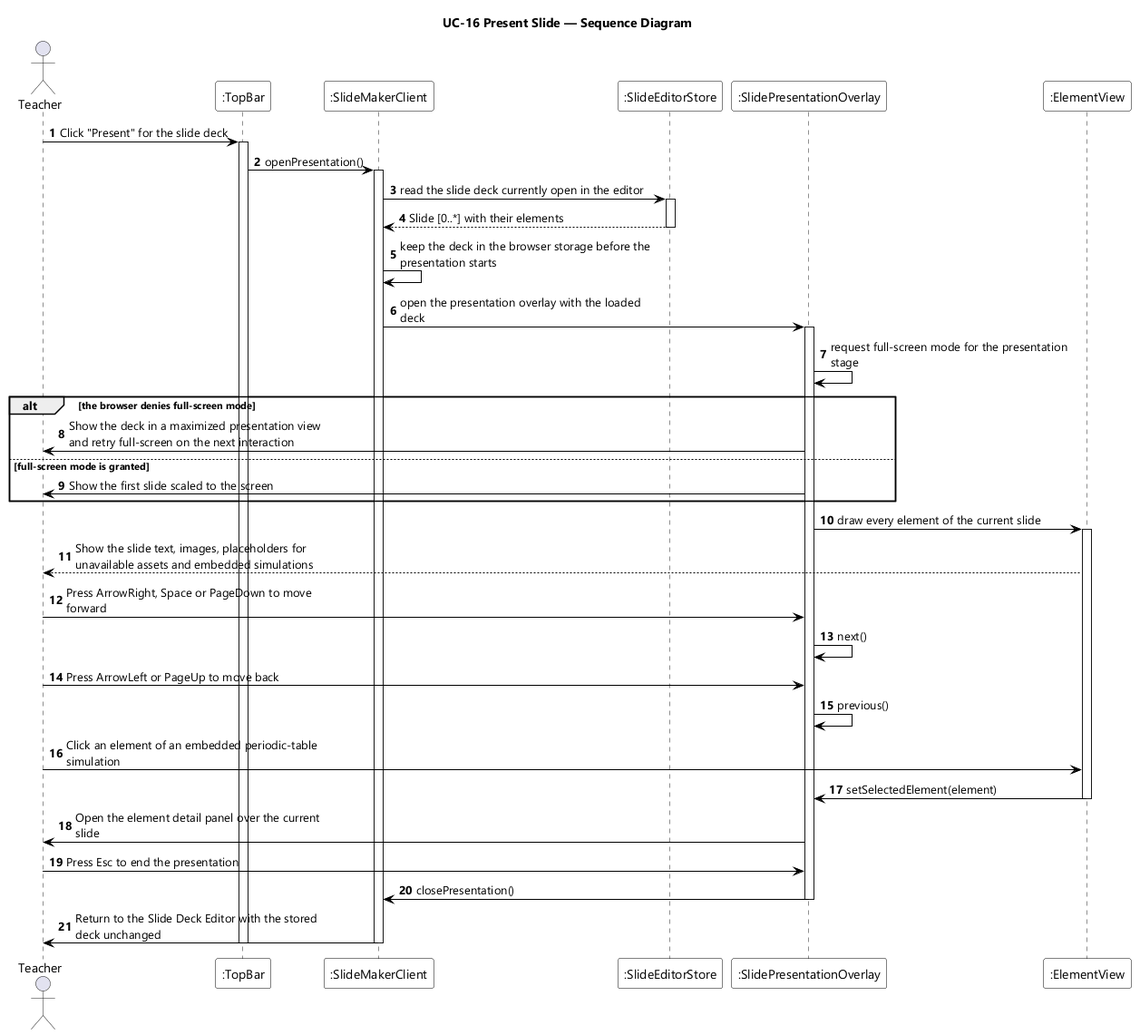
Before: designs/sds-diagrams/uc16/uc16-sequence-diagram.png, a diagram exported from PlantUML (EduA-system/EduA-system).
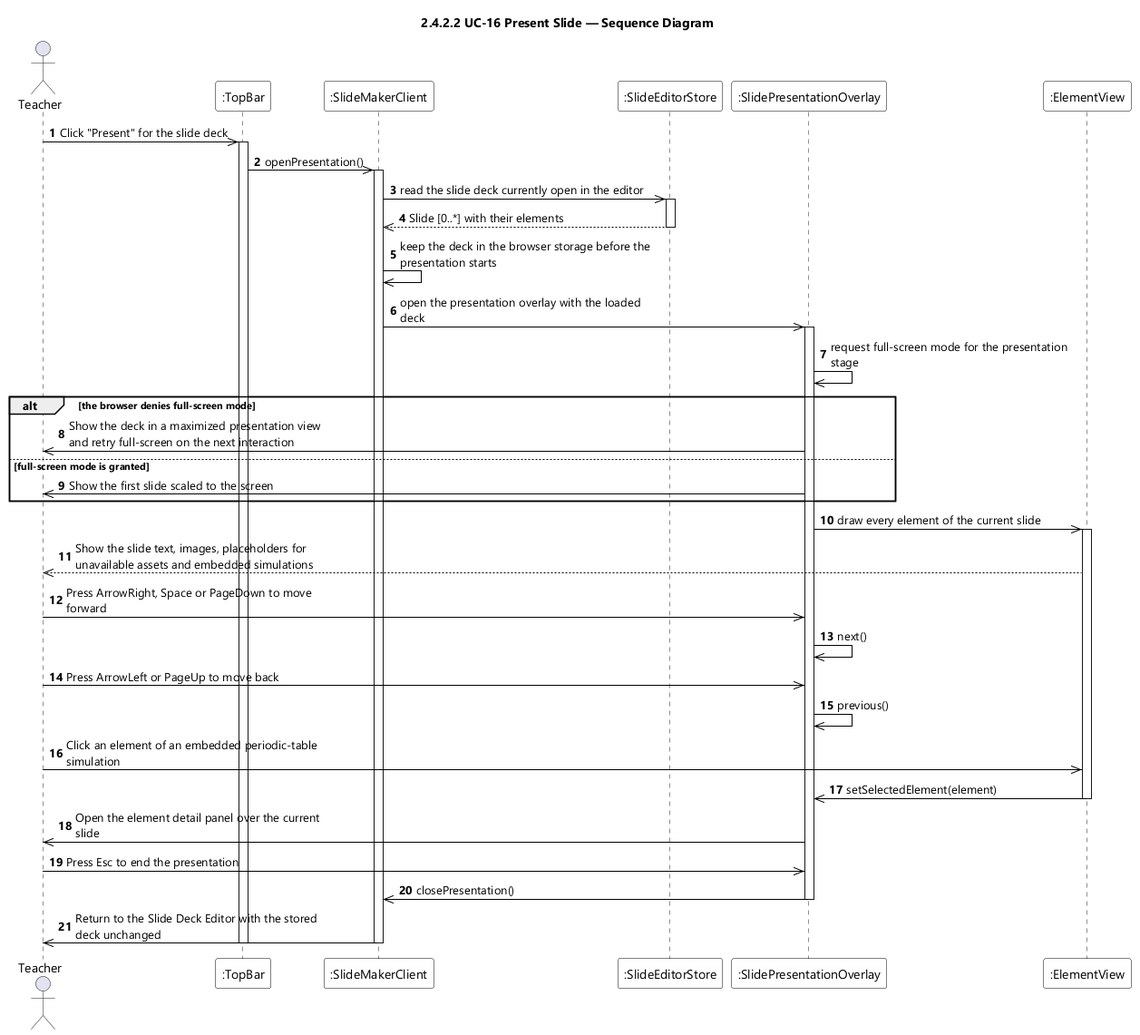
Later version of the same file.

Diff of the diagram source:
```diff
@@ -7,7 +7,7 @@
 skinparam ArrowColor #000000
 skinparam sequenceMessageAlign left
 skinparam maxMessageSize 280
-title UC-16 Present Slide — Sequence Diagram
+title 2.4.2.2 UC-16 Present Slide — Sequence Diagram
 
 actor Teacher
 participant ":TopBar" as TB
@@ -17,40 +17,40 @@
 participant ":ElementView" as EV
 
 autonumber
-Teacher -> TB : Click "Present" for the slide deck
+Teacher ->> TB : Click "Present" for the slide deck
 activate TB
-TB -> SMC : openPresentation()
+TB ->> SMC : openPresentation()
 activate SMC
-SMC -> STORE : read the slide deck currently open in the editor
+SMC ->> STORE : read the slide deck currently open in the editor
 activate STORE
-STORE --> SMC : Slide [0..*] with their elements
+STORE -->> SMC : Slide [0..*] with their elements
 deactivate STORE
-SMC -> SMC : keep the deck in the browser storage before the presentation starts
-SMC -> OVL : open the presentation overlay with the loaded deck
+SMC ->> SMC : keep the deck in the browser storage before the presentation starts
+SMC ->> OVL : open the presentation overlay with the loaded deck
 activate OVL
-OVL -> OVL : request full-screen mode for the presentation stage
+OVL ->> OVL : request full-screen mode for the presentation stage
 
 alt the browser denies full-screen mode
-  OVL -> Teacher : Show the deck in a maximized presentation view and retry full-screen on the next interaction
+  OVL ->> Teacher : Show the deck in a maximized presentation view and retry full-screen on the next interaction
 else full-screen mode is granted
-  OVL -> Teacher : Show the first slide scaled to the screen
+  OVL ->> Teacher : Show the first slide scaled to the screen
 end
 
-OVL -> EV : draw every element of the current slide
+OVL ->> EV : draw every element of the current slide
 activate EV
-EV --> Teacher : Show the slide text, images, placeholders for unavailable assets and embedded simulations
-Teacher -> OVL : Press ArrowRight, Space or PageDown to move forward
-OVL -> OVL : next()
-Teacher -> OVL : Press ArrowLeft or PageUp to move back
-OVL -> OVL : previous()
-Teacher -> EV : Click an element of an embedded periodic-table simulation
-EV -> OVL : setSelectedElement(element)
+EV -->> Teacher : Show the slide text, images, placeholders for unavailable assets and embedded simulations
+Teacher ->> OVL : Press ArrowRight, Space or PageDown to move forward
+OVL ->> OVL : next()
+Teacher ->> OVL : Press ArrowLeft or PageUp to move back
+OVL ->> OVL : previous()
+Teacher ->> EV : Click an element of an embedded periodic-table simulation
+EV ->> OVL : setSelectedElement(element)
 deactivate EV
-OVL -> Teacher : Open the element detail panel over the current slide
-Teacher -> OVL : Press Esc to end the presentation
-OVL -> SMC : closePresentation()
+OVL ->> Teacher : Open the element detail panel over the current slide
+Teacher ->> OVL : Press Esc to end the presentation
+OVL ->> SMC : closePresentation()
 deactivate OVL
-SMC -> Teacher : Return to the Slide Deck Editor with the stored deck unchanged
+SMC ->> Teacher : Return to the Slide Deck Editor with the stored deck unchanged
 deactivate SMC
 deactivate TB
 @enduml
```
